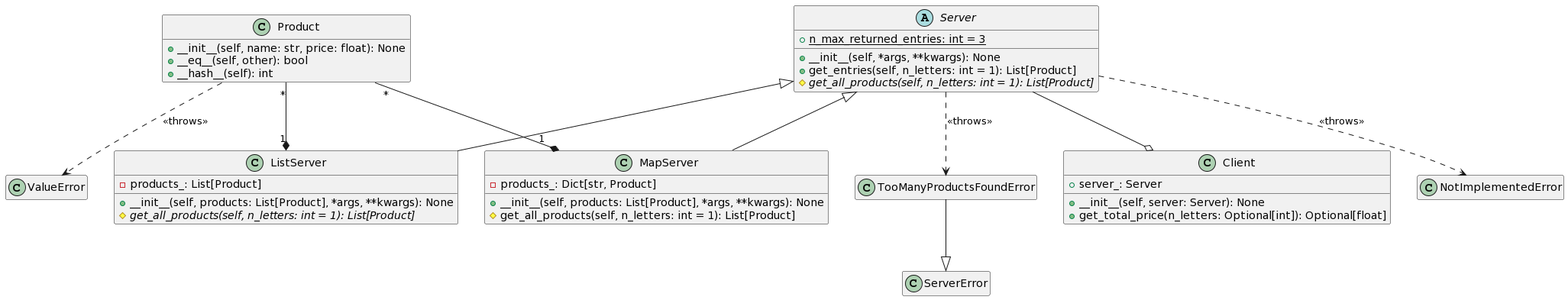
Jakgaj203/Projekt-Python-Serwery keeps this PlantUML diagram as diagram.png. Above is the earlier version. Its diagram source:
```plantuml
@startuml
hide empty members

class Product {

  + __init__(self, name: str, price: float): None
  + __eq__(self, other): bool
  + __hash__(self): int
}

class ServerError{
}

class TooManyProductsFoundError {
}

abstract class Server {
  + {static} n_max_returned_entries: int = 3
  +__init__(self, *args, **kwargs): None
  + get_entries(self, n_letters: int = 1): List[Product]
  # {abstract} get_all_products(self, n_letters: int = 1): List[Product]
}

class ListServer {
  - products_: List[Product]
  + __init__(self, products: List[Product], *args, **kwargs): None
  # {abstract} get_all_products(self, n_letters: int = 1): List[Product]
}

class MapServer {
  - products_: Dict[str, Product]
  + __init__(self, products: List[Product], *args, **kwargs): None
  # get_all_products(self, n_letters: int = 1): List[Product]
}

class Client {
  + server_: Server
  + __init__(self, server: Server): None
  + get_total_price(n_letters: Optional[int]): Optional[float]
}

Product "*" --* "1" ListServer
Product "*" --* "1" MapServer

Server <|-- MapServer
Server <|-- ListServer

Server --o Client

Product ..> ValueError : << throws >>

Server ..> TooManyProductsFoundError : << throws >>

Server ..> NotImplementedError : << throws >>

TooManyProductsFoundError --|> ServerError
@enduml
```
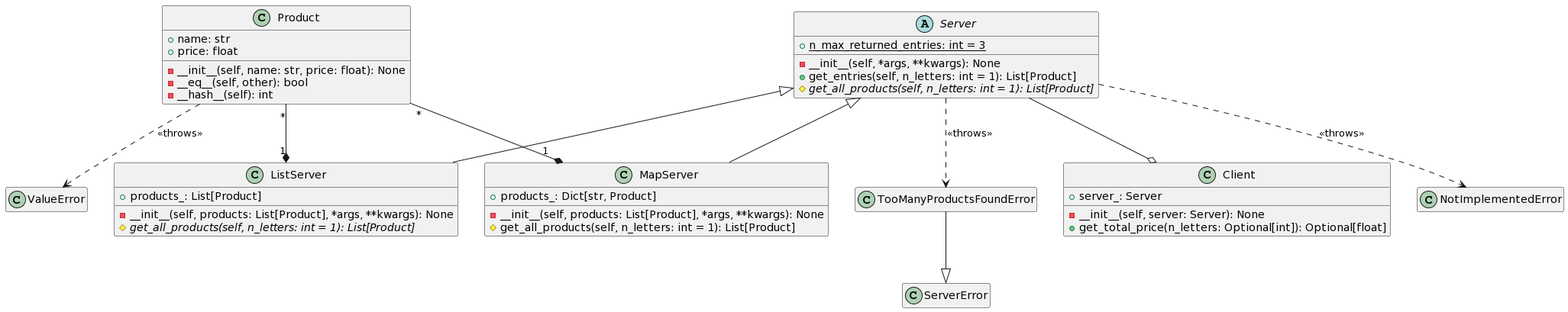
Later version of the same file.

Diff of the diagram source:
```diff
@@ -2,10 +2,11 @@
 hide empty members
 
 class Product {
-
-  + __init__(self, name: str, price: float): None
-  + __eq__(self, other): bool
-  + __hash__(self): int
+  + name: str
+  + price: float
+  - __init__(self, name: str, price: float): None
+  - __eq__(self, other): bool
+  - __hash__(self): int
 }
 
 class ServerError{
@@ -16,26 +17,26 @@
 
 abstract class Server {
   + {static} n_max_returned_entries: int = 3
-  +__init__(self, *args, **kwargs): None
+  -__init__(self, *args, **kwargs): None
   + get_entries(self, n_letters: int = 1): List[Product]
   # {abstract} get_all_products(self, n_letters: int = 1): List[Product]
 }
 
 class ListServer {
-  - products_: List[Product]
-  + __init__(self, products: List[Product], *args, **kwargs): None
+  + products_: List[Product]
+  - __init__(self, products: List[Product], *args, **kwargs): None
   # {abstract} get_all_products(self, n_letters: int = 1): List[Product]
 }
 
 class MapServer {
-  - products_: Dict[str, Product]
-  + __init__(self, products: List[Product], *args, **kwargs): None
+  + products_: Dict[str, Product]
+  - __init__(self, products: List[Product], *args, **kwargs): None
   # get_all_products(self, n_letters: int = 1): List[Product]
 }
 
 class Client {
   + server_: Server
-  + __init__(self, server: Server): None
+  - __init__(self, server: Server): None
   + get_total_price(n_letters: Optional[int]): Optional[float]
 }
 
```
